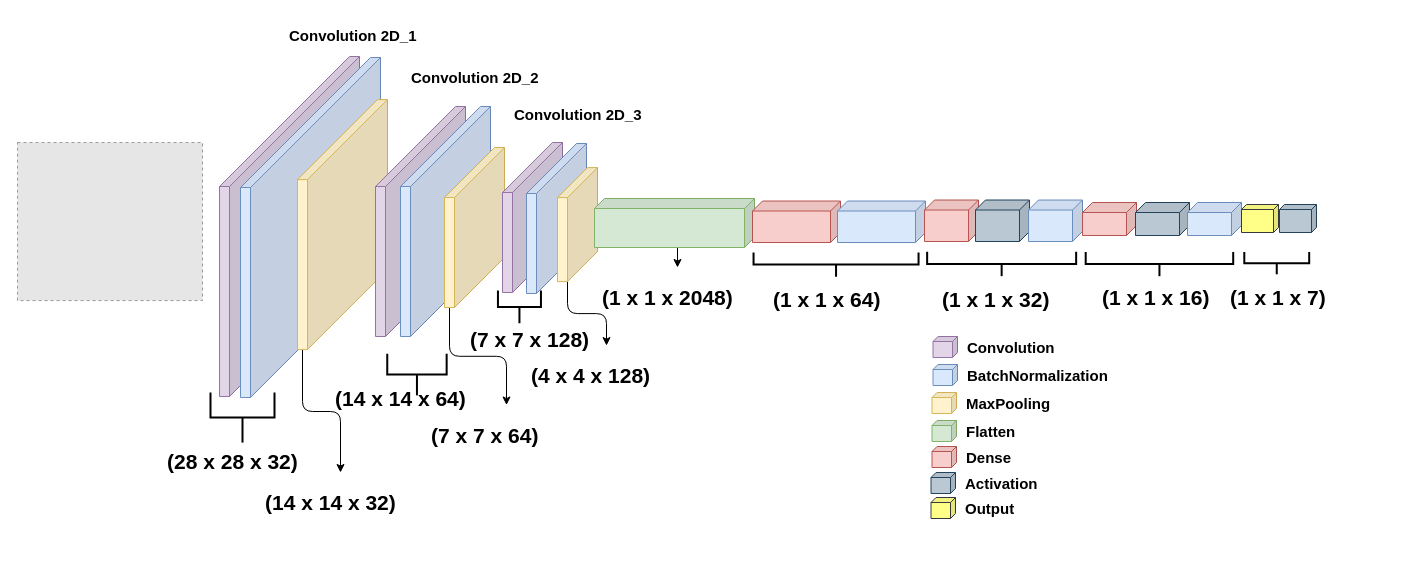
This is TRNet.drawio from ZiaUrRehman-bit/Implementation-of-Machine-Learning-Algorithm, a draw.io file, before an edit. Source tidied: cells renumbered, new cells numbered last; positions are measured from the earlier drawing's top-left corner, leaving out a move shared by most shapes. Both pictures are drawn from the tidied source at 100%, with x=0, y=0 at pixel (17, 27). Pictures stored in the file or linked from it are replaced by grey dashed boxes.
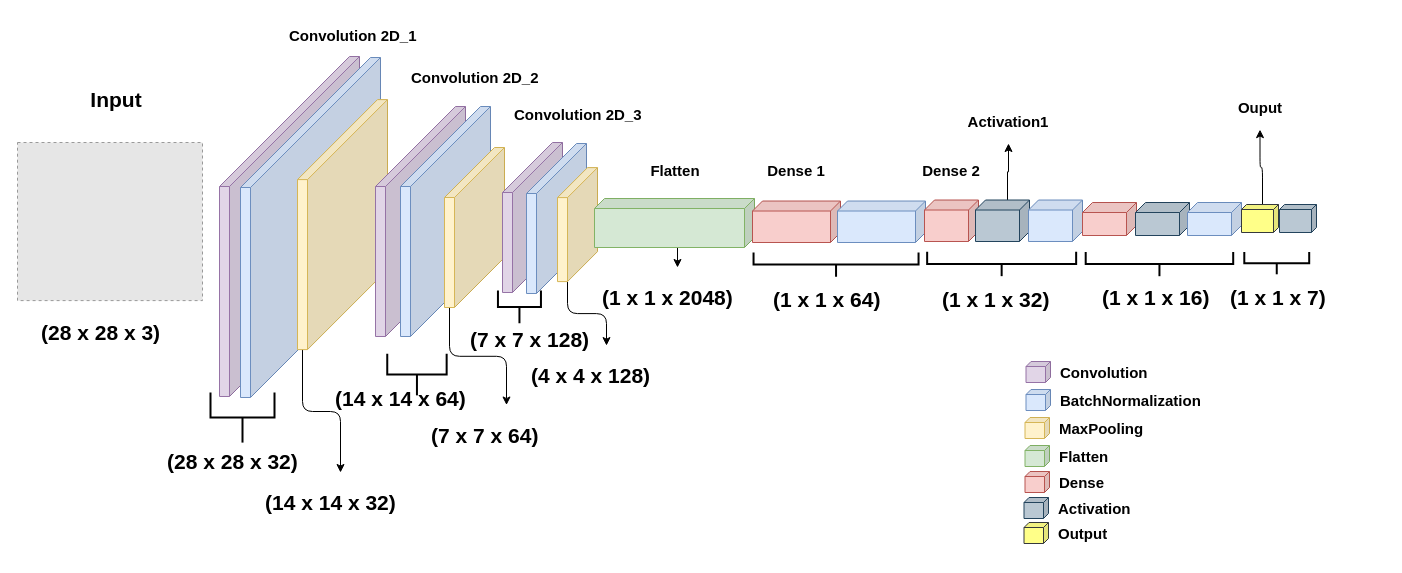
The same page after the edit.

Unchanged cells that the change refers to:
```xml
<mxCell id="20" style="shape=cube;whiteSpace=wrap;html=1;boundedLbl=1;backgroundOutline=1;darkOpacity=0.05;darkOpacity2=0.1;flipH=1;size=10;fillColor=#bac8d3;strokeColor=#23445d;fontSize=13;" parent="1" vertex="1">
  <mxGeometry x="958" y="172.5" width="54" height="41.5" as="geometry" />
</mxCell>
<mxCell id="25" style="shape=cube;whiteSpace=wrap;html=1;boundedLbl=1;backgroundOutline=1;darkOpacity=0.05;darkOpacity2=0.1;flipH=1;size=5;fillColor=#ffff88;strokeColor=#36393d;fontSize=13;" parent="1" vertex="1">
  <mxGeometry x="1224" y="177" width="37" height="28" as="geometry" />
</mxCell>
```

The edit, as a diff of the source:
```diff
@@
+    <mxCell id="62" style="edgeStyle=orthogonalEdgeStyle;rounded=0;jettySize=auto;html=1;exitX=0;exitY=0;exitDx=22;exitDy=0;exitPerimeter=0;" parent="1" edge="1" source="20" target="69">
+      <mxGeometry relative="1" as="geometry" />
+    </mxCell>
@@
+    <mxCell id="63" style="edgeStyle=orthogonalEdgeStyle;rounded=1;jettySize=auto;html=1;exitX=0;exitY=0;exitDx=16;exitDy=0;exitPerimeter=0;entryX=0.5;entryY=1;entryDx=0;entryDy=0;" parent="1" edge="1" source="25" target="70">
+      <mxGeometry relative="1" as="geometry" />
+    </mxCell>
@@
     <mxCell id="27" style="shape=cube;whiteSpace=wrap;html=1;boundedLbl=1;backgroundOutline=1;darkOpacity=0.05;darkOpacity2=0.1;flipH=1;size=5;fillColor=#e1d5e7;strokeColor=#9673a6;fontSize=13;" parent="1" vertex="1">
-      <mxGeometry x="915.5" y="309" width="24.5" height="21" as="geometry" />
+      <mxGeometry x="1008.5" y="334" width="24.5" height="21" as="geometry" />
     </mxCell>
     <mxCell id="28" value="&lt;h1 style=&quot;font-size: 15px;&quot;&gt;&lt;span style=&quot;font-size: 15px;&quot;&gt;Convolution&lt;/span&gt;&lt;/h1&gt;" style="text;html=1;strokeColor=none;fillColor=none;spacing=5;spacingTop=-20;whiteSpace=wrap;overflow=hidden;rounded=0;fontSize=15;" parent="1" vertex="1">
-      <mxGeometry x="945" y="312.1" width="116" height="30" as="geometry" />
+      <mxGeometry x="1038" y="337.1" width="116" height="30" as="geometry" />
     </mxCell>
     <mxCell id="29" style="shape=cube;whiteSpace=wrap;html=1;boundedLbl=1;backgroundOutline=1;darkOpacity=0.05;darkOpacity2=0.1;flipH=1;size=5;fillColor=#dae8fc;strokeColor=#6c8ebf;fontSize=13;" parent="1" vertex="1">
-      <mxGeometry x="915.5" y="337" width="24.5" height="21" as="geometry" />
+      <mxGeometry x="1008.5" y="362" width="24.5" height="21" as="geometry" />
     </mxCell>
     <mxCell id="30" value="&lt;h1 style=&quot;font-size: 15px;&quot;&gt;&lt;font style=&quot;font-size: 15px;&quot;&gt;BatchNormalization&lt;/font&gt;&lt;/h1&gt;" style="text;html=1;strokeColor=none;fillColor=none;spacing=5;spacingTop=-20;whiteSpace=wrap;overflow=hidden;rounded=0;fontSize=15;" parent="1" vertex="1">
-      <mxGeometry x="945" y="340.1" width="186" height="30" as="geometry" />
+      <mxGeometry x="1038" y="365.1" width="186" height="30" as="geometry" />
     </mxCell>
     <mxCell id="31" style="shape=cube;whiteSpace=wrap;html=1;boundedLbl=1;backgroundOutline=1;darkOpacity=0.05;darkOpacity2=0.1;flipH=1;size=5;fillColor=#fff2cc;strokeColor=#d6b656;fontSize=13;" parent="1" vertex="1">
-      <mxGeometry x="914.5" y="365" width="24.5" height="21" as="geometry" />
+      <mxGeometry x="1007.5" y="390" width="24.5" height="21" as="geometry" />
     </mxCell>
     <mxCell id="32" value="&lt;h1 style=&quot;font-size: 15px;&quot;&gt;&lt;span style=&quot;font-size: 15px;&quot;&gt;MaxPooling&lt;/span&gt;&lt;/h1&gt;" style="text;html=1;strokeColor=none;fillColor=none;spacing=5;spacingTop=-20;whiteSpace=wrap;overflow=hidden;rounded=0;fontSize=15;" parent="1" vertex="1">
-      <mxGeometry x="944" y="368.1" width="132" height="30" as="geometry" />
+      <mxGeometry x="1037" y="393.1" width="132" height="30" as="geometry" />
     </mxCell>
     <mxCell id="33" style="shape=cube;whiteSpace=wrap;html=1;boundedLbl=1;backgroundOutline=1;darkOpacity=0.05;darkOpacity2=0.1;flipH=1;size=5;fillColor=#d5e8d4;strokeColor=#82b366;fontSize=13;" parent="1" vertex="1">
-      <mxGeometry x="914.5" y="393" width="24.5" height="21" as="geometry" />
+      <mxGeometry x="1007.5" y="418" width="24.5" height="21" as="geometry" />
     </mxCell>
     <mxCell id="34" value="&lt;h1 style=&quot;font-size: 15px;&quot;&gt;&lt;span style=&quot;font-size: 15px;&quot;&gt;Flatten&lt;/span&gt;&lt;/h1&gt;" style="text;html=1;strokeColor=none;fillColor=none;spacing=5;spacingTop=-20;whiteSpace=wrap;overflow=hidden;rounded=0;fontSize=15;" parent="1" vertex="1">
-      <mxGeometry x="944" y="396.1" width="132" height="30" as="geometry" />
+      <mxGeometry x="1037" y="421.1" width="132" height="30" as="geometry" />
     </mxCell>
     <mxCell id="35" style="shape=cube;whiteSpace=wrap;html=1;boundedLbl=1;backgroundOutline=1;darkOpacity=0.05;darkOpacity2=0.1;flipH=1;size=5;fillColor=#f8cecc;strokeColor=#b85450;fontSize=13;" parent="1" vertex="1">
-      <mxGeometry x="914.5" y="419" width="24.5" height="21" as="geometry" />
+      <mxGeometry x="1007.5" y="444" width="24.5" height="21" as="geometry" />
     </mxCell>
     <mxCell id="36" value="&lt;h1 style=&quot;font-size: 15px;&quot;&gt;&lt;span style=&quot;font-size: 15px;&quot;&gt;Dense&lt;/span&gt;&lt;/h1&gt;" style="text;html=1;strokeColor=none;fillColor=none;spacing=5;spacingTop=-20;whiteSpace=wrap;overflow=hidden;rounded=0;fontSize=15;" parent="1" vertex="1">
-      <mxGeometry x="944" y="422.1" width="132" height="30" as="geometry" />
+      <mxGeometry x="1037" y="447.1" width="132" height="30" as="geometry" />
     </mxCell>
     <mxCell id="37" style="shape=cube;whiteSpace=wrap;html=1;boundedLbl=1;backgroundOutline=1;darkOpacity=0.05;darkOpacity2=0.1;flipH=1;size=5;fillColor=#bac8d3;strokeColor=#23445d;fontSize=13;" parent="1" vertex="1">
-      <mxGeometry x="913.5" y="445" width="24.5" height="21" as="geometry" />
+      <mxGeometry x="1006.5" y="470" width="24.5" height="21" as="geometry" />
     </mxCell>
     <mxCell id="38" value="&lt;h1 style=&quot;font-size: 15px;&quot;&gt;&lt;span style=&quot;font-size: 15px;&quot;&gt;Activation&lt;/span&gt;&lt;/h1&gt;" style="text;html=1;strokeColor=none;fillColor=none;spacing=5;spacingTop=-20;whiteSpace=wrap;overflow=hidden;rounded=0;fontSize=15;" parent="1" vertex="1">
-      <mxGeometry x="943" y="448.1" width="132" height="30" as="geometry" />
+      <mxGeometry x="1036" y="473.1" width="132" height="30" as="geometry" />
     </mxCell>
     <mxCell id="39" style="shape=cube;whiteSpace=wrap;html=1;boundedLbl=1;backgroundOutline=1;darkOpacity=0.05;darkOpacity2=0.1;flipH=1;size=5;fillColor=#ffff88;strokeColor=#36393d;fontSize=13;" parent="1" vertex="1">
-      <mxGeometry x="913.5" y="470" width="24.5" height="21" as="geometry" />
+      <mxGeometry x="1006.5" y="495" width="24.5" height="21" as="geometry" />
     </mxCell>
     <mxCell id="40" value="&lt;h1 style=&quot;font-size: 15px;&quot;&gt;&lt;span style=&quot;font-size: 15px;&quot;&gt;Output&lt;/span&gt;&lt;/h1&gt;" style="text;html=1;strokeColor=none;fillColor=none;spacing=5;spacingTop=-20;whiteSpace=wrap;overflow=hidden;rounded=0;fontSize=15;" parent="1" vertex="1">
-      <mxGeometry x="943" y="473.1" width="132" height="30" as="geometry" />
+      <mxGeometry x="1036" y="498.1" width="132" height="30" as="geometry" />
     </mxCell>
@@
+    <mxCell id="64" value="&lt;h1 style=&quot;&quot;&gt;&lt;font style=&quot;font-size: 21px;&quot;&gt;(28 x 28 x 3)&lt;/font&gt;&lt;/h1&gt;" style="text;html=1;strokeColor=none;fillColor=none;spacing=5;spacingTop=-20;whiteSpace=wrap;overflow=hidden;rounded=0;fontSize=15;fontStyle=1;" parent="1" vertex="1">
+      <mxGeometry x="18.5" y="275.1" width="160" height="52" as="geometry" />
+    </mxCell>
+    <mxCell id="65" value="&lt;h1 style=&quot;&quot;&gt;&lt;font style=&quot;font-size: 21px;&quot;&gt;Input&lt;/font&gt;&lt;/h1&gt;" style="text;html=1;strokeColor=none;fillColor=none;spacing=5;spacingTop=-20;whiteSpace=wrap;overflow=hidden;rounded=0;fontSize=15;fontStyle=1;align=center;" parent="1" vertex="1">
+      <mxGeometry x="18.5" y="42.1" width="160" height="52" as="geometry" />
+    </mxCell>
+    <mxCell id="66" value="&lt;h1 style=&quot;font-size: 15px;&quot;&gt;&lt;span style=&quot;font-size: 15px;&quot;&gt;Flatten&lt;/span&gt;&lt;/h1&gt;" style="text;html=1;strokeColor=none;fillColor=none;spacing=5;spacingTop=-20;whiteSpace=wrap;overflow=hidden;rounded=0;fontSize=15;align=center;" parent="1" vertex="1">
+      <mxGeometry x="590" y="134.6" width="136" height="30" as="geometry" />
+    </mxCell>
+    <mxCell id="67" value="&lt;h1 style=&quot;font-size: 15px;&quot;&gt;&lt;span style=&quot;font-size: 15px;&quot;&gt;Dense 1&lt;/span&gt;&lt;/h1&gt;" style="text;html=1;strokeColor=none;fillColor=none;spacing=5;spacingTop=-20;whiteSpace=wrap;overflow=hidden;rounded=0;fontSize=15;align=center;" parent="1" vertex="1">
+      <mxGeometry x="711" y="134.6" width="136" height="30" as="geometry" />
+    </mxCell>
+    <mxCell id="68" value="&lt;h1 style=&quot;font-size: 15px;&quot;&gt;&lt;span style=&quot;font-size: 15px;&quot;&gt;Dense 2&lt;/span&gt;&lt;/h1&gt;" style="text;html=1;strokeColor=none;fillColor=none;spacing=5;spacingTop=-20;whiteSpace=wrap;overflow=hidden;rounded=0;fontSize=15;align=center;" parent="1" vertex="1">
+      <mxGeometry x="866" y="134.6" width="136" height="30" as="geometry" />
+    </mxCell>
+    <mxCell id="69" value="&lt;h1 style=&quot;font-size: 15px;&quot;&gt;&lt;span style=&quot;font-size: 15px;&quot;&gt;Activation1&lt;/span&gt;&lt;/h1&gt;" style="text;html=1;strokeColor=none;fillColor=none;spacing=5;spacingTop=-20;whiteSpace=wrap;overflow=hidden;rounded=0;fontSize=15;align=center;" parent="1" vertex="1">
+      <mxGeometry x="923" y="86" width="136" height="30" as="geometry" />
+    </mxCell>
+    <mxCell id="70" value="&lt;h1 style=&quot;font-size: 15px;&quot;&gt;&lt;span style=&quot;font-size: 15px;&quot;&gt;Ouput&lt;/span&gt;&lt;/h1&gt;" style="text;html=1;strokeColor=none;fillColor=none;spacing=5;spacingTop=-20;whiteSpace=wrap;overflow=hidden;rounded=0;fontSize=15;align=center;" parent="1" vertex="1">
+      <mxGeometry x="1174.5" y="72.1" width="136" height="30" as="geometry" />
+    </mxCell>
```
